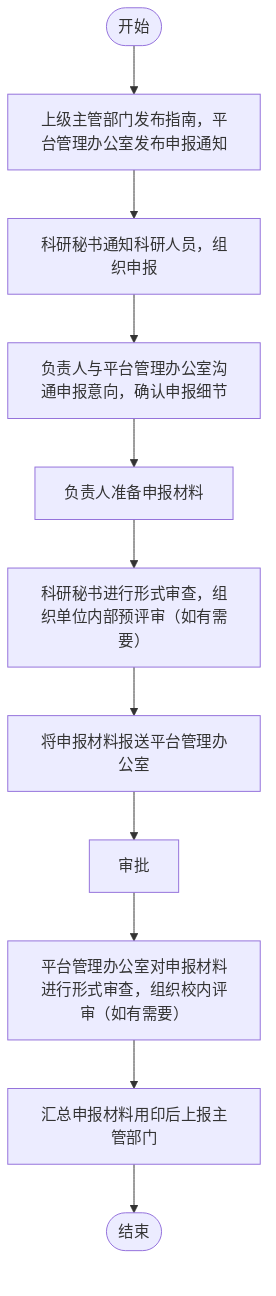
Earlier version of the Mermaid export outline2flow/flow_outputs/page_56.png (AmyIvan/work1). Its source is kept beside it as outline2flow/mmd_outputs/page_56.mmd. Source of this version:
```mermaid
flowchart TD
    Start([开始]) --> A[上级主管部门发布指南，平台管理办公室发布申报通知]
    A --> B[科研秘书通知科研人员，组织申报]
    B --> C[负责人与平台管理办公室沟通申报意向，确认申报细节]
    C --> D[负责人准备申报材料]
    D --> E[科研秘书进行形式审查，组织单位内部预评审（如有需要）]
    E --> F[将申报材料报送平台管理办公室]
    F --> G[审批]
    G --> H[平台管理办公室对申报材料进行形式审查，组织校内评审（如有需要）]
    H --> I[汇总申报材料用印后上报主管部门]
    I --> End([结束])
```
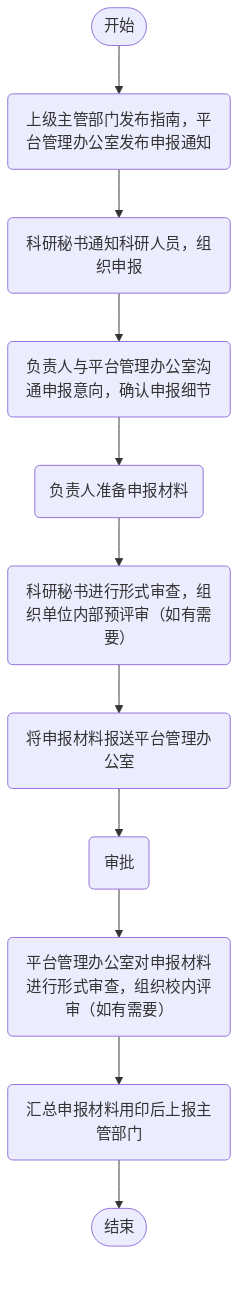
Later version of the same file.

The edit, as a diff of the source:
```diff
@@ -1,11 +1,11 @@
 flowchart TD
-    Start([开始]) --> A[上级主管部门发布指南，平台管理办公室发布申报通知]
-    A --> B[科研秘书通知科研人员，组织申报]
-    B --> C[负责人与平台管理办公室沟通申报意向，确认申报细节]
-    C --> D[负责人准备申报材料]
-    D --> E[科研秘书进行形式审查，组织单位内部预评审（如有需要）]
-    E --> F[将申报材料报送平台管理办公室]
-    F --> G[审批]
-    G --> H[平台管理办公室对申报材料进行形式审查，组织校内评审（如有需要）]
-    H --> I[汇总申报材料用印后上报主管部门]
-    I --> End([结束])
+    A(["开始"]) --> B(上级主管部门发布指南，平台管理办公室发布申报通知)
+    B --> C(科研秘书通知科研人员，组织申报)
+    C --> D(负责人与平台管理办公室沟通申报意向，确认申报细节)
+    D --> E(负责人准备申报材料)
+    E --> F(科研秘书进行形式审查，组织单位内部预评审（如有需要）)
+    F --> G(将申报材料报送平台管理办公室)
+    G --> H(审批)
+    H --> I(平台管理办公室对申报材料进行形式审查，组织校内评审（如有需要）)
+    I --> J(汇总申报材料用印后上报主管部门)
+    J --> K(["结束"])
```
